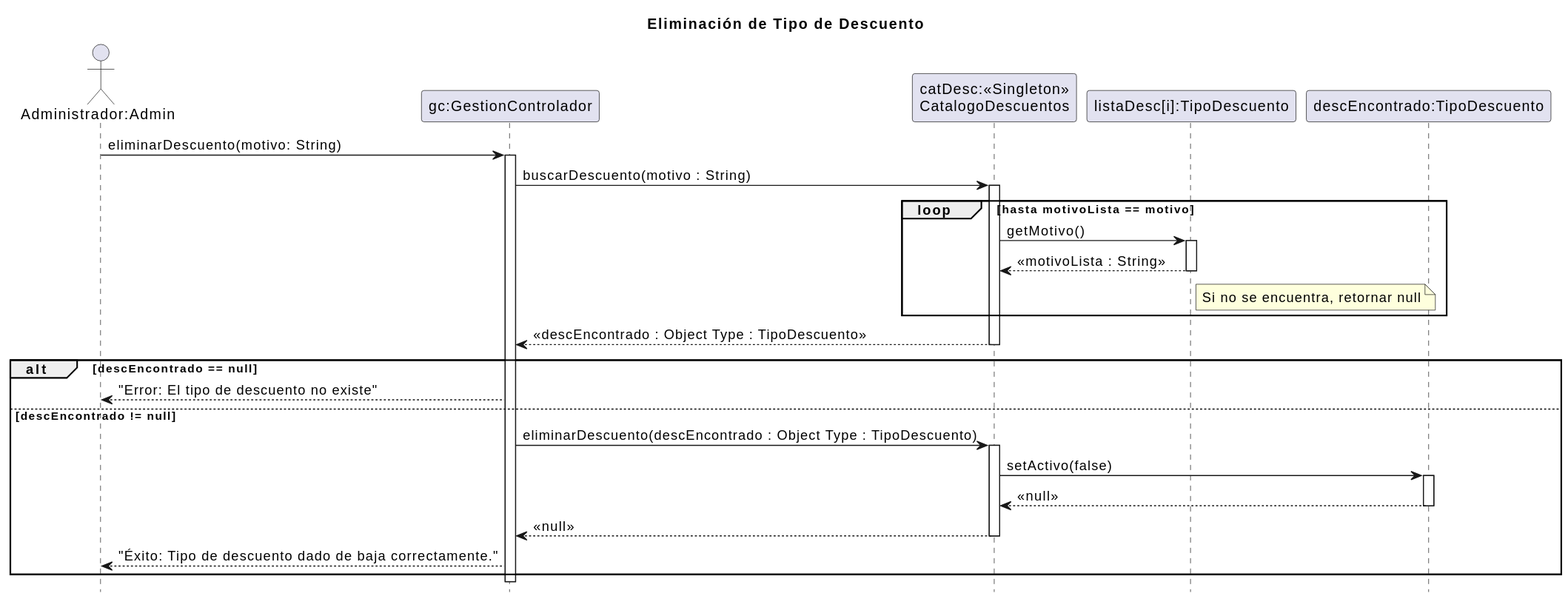
Before: 08 - Diagramas de Secuencia de Diseño/EliminarTipoDescuento/EliminarTipoDescuento.svg, a diagram exported from PlantUML (zEzequR/PF-I).
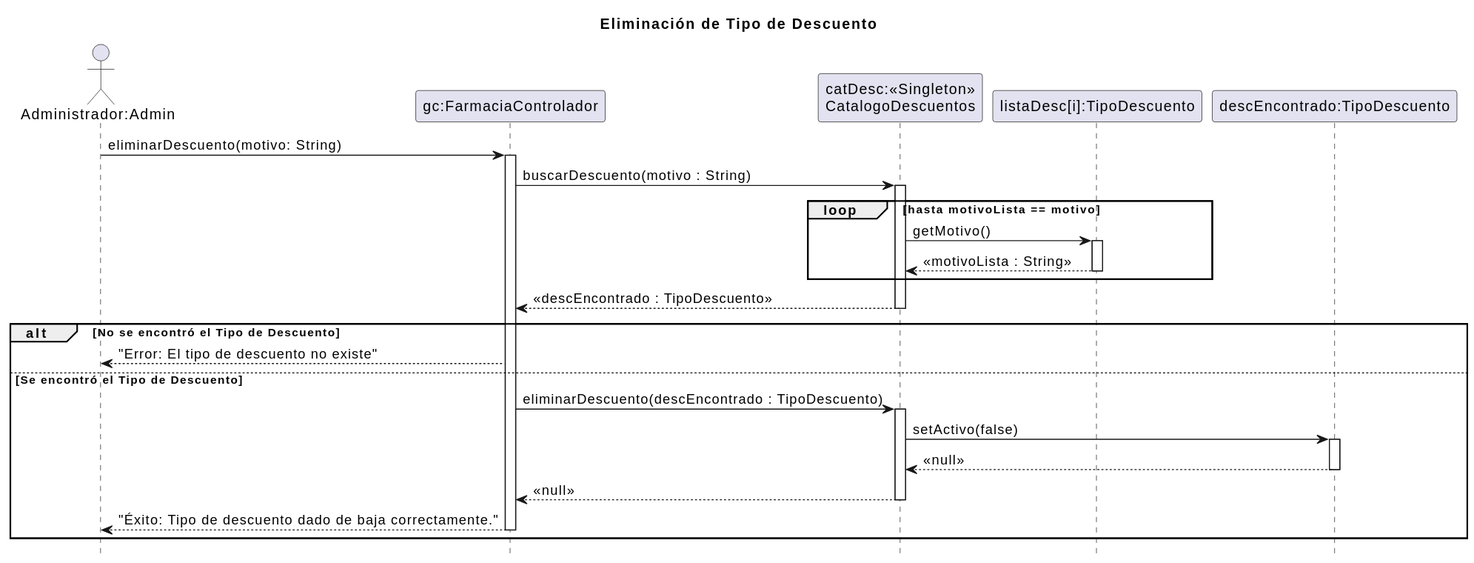
After the change.

The edit, as a diff of the source:
```diff
@@ -3,7 +3,7 @@
 hide footbox
 
 actor "Administrador:Admin" as admin
-participant "gc:GestionControlador" as ctrl
+participant "gc:FarmaciaControlador" as ctrl
 participant "catDesc:<<Singleton>>\nCatalogoDescuentos" as cat
 participant "listaDesc[i]:TipoDescuento" as listTD
 participant "descEncontrado:TipoDescuento" as td
@@ -19,21 +19,19 @@
     activate listTD
     listTD --> cat : <<motivoLista : String>>
 
-    note right of listTD : Si no se encuentra, retornar null
-
     deactivate listTD
 end
 
-cat --> ctrl : <<descEncontrado : Object Type : TipoDescuento>>
+cat --> ctrl : <<descEncontrado : TipoDescuento>>
 deactivate cat
 
-alt descEncontrado == null
+alt No se encontró el Tipo de Descuento
 
     ctrl --> admin : "Error: El tipo de descuento no existe"
 
-else descEncontrado != null
+else Se encontró el Tipo de Descuento
 
-    ctrl -> cat : eliminarDescuento(descEncontrado : Object Type : TipoDescuento)
+    ctrl -> cat : eliminarDescuento(descEncontrado : TipoDescuento)
     activate cat
 
     cat -> td : setActivo(false)
@@ -45,8 +43,7 @@
     deactivate cat
 
     ctrl --> admin : "Éxito: Tipo de descuento dado de baja correctamente."
+    deactivate ctrl
 
 end
-
-deactivate ctrl
 @enduml
```
